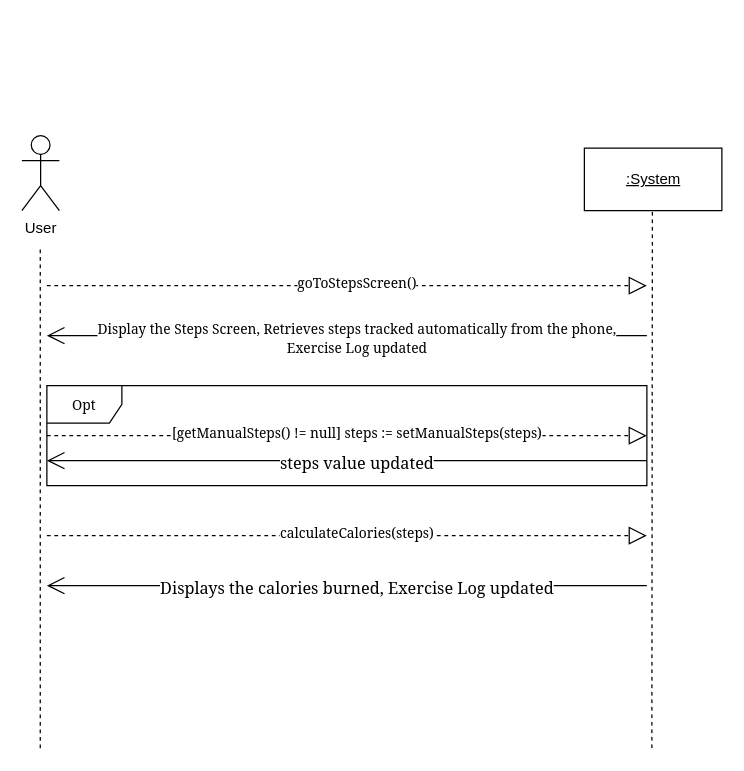
Before: SSD - Calculate Calories for Steps Taken.drawio in Esaied19/Team-Albatross, a draw.io diagram. Source tidied: cells renumbered, new cells numbered last; positions are measured from the earlier drawing's top-left corner, leaving out a move shared by most shapes. Both pictures are drawn from the tidied source at 125%, with x=0, y=0 at pixel (21, 135).
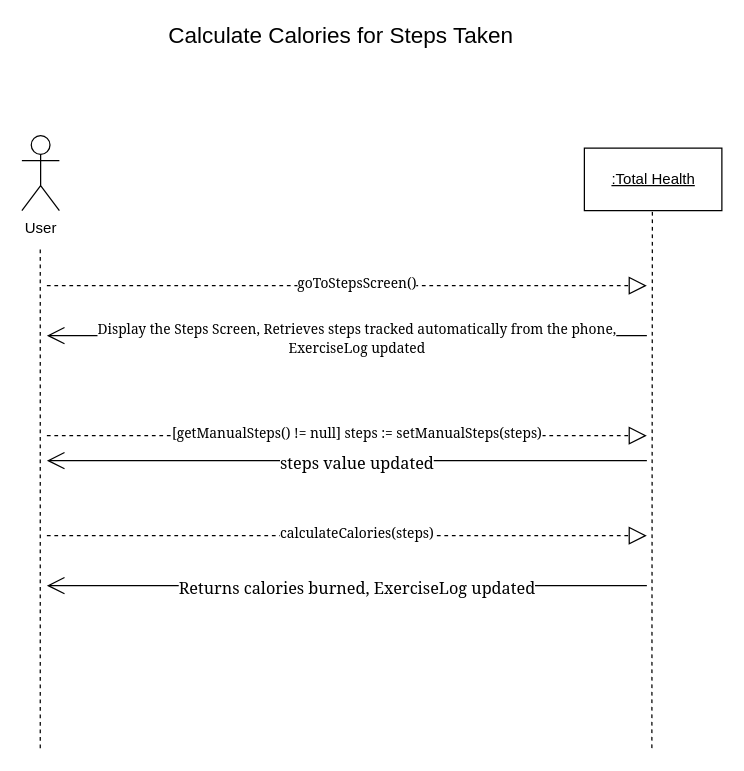
Above is the later version.

Unchanged cells that the change refers to:
```xml
<mxCell id="6" style="endArrow=open;endFill=1;endSize=12;html=1;rounded=0;" parent="1" edge="1">
  <mxGeometry relative="1" as="geometry">
    <mxPoint x="500" y="160" as="sourcePoint" />
    <mxPoint x="20" y="160" as="targetPoint" />
  </mxGeometry>
</mxCell>
<mxCell id="14" style="endArrow=open;endFill=1;endSize=12;html=1;rounded=0;" parent="1" edge="1">
  <mxGeometry relative="1" as="geometry">
    <mxPoint x="500" y="360" as="sourcePoint" />
    <mxPoint x="20" y="360" as="targetPoint" />
  </mxGeometry>
</mxCell>
```

Change to the diagram source:
```diff
@@
-    <mxCell id="3" value="&lt;u&gt;:System&lt;/u&gt;" style="html=1;" parent="1" vertex="1">
+    <mxCell id="3" value="&lt;u&gt;:Total Health&lt;br&gt;&lt;/u&gt;" style="html=1;" parent="1" vertex="1">
       <mxGeometry x="450" y="10" width="110" height="50" as="geometry" />
     </mxCell>
@@
-    <mxCell id="7" value="&lt;div&gt;&lt;font style=&quot;font-size: 11px&quot; face=&quot;Georgia&quot;&gt;&lt;span style=&quot;color: rgb(0 , 0 , 0) ; font-weight: normal ; text-decoration: none ; font-style: normal&quot;&gt;Display the Steps Screen, Retrieves steps tracked automatically from the phone,&lt;/span&gt;&lt;/font&gt;&lt;/div&gt;&lt;div&gt;&lt;font style=&quot;font-size: 11px&quot; face=&quot;Georgia&quot;&gt;&lt;span style=&quot;color: rgb(0 , 0 , 0) ; font-weight: normal ; text-decoration: none ; font-style: normal&quot;&gt;Exercise Log updated&lt;/span&gt;&lt;/font&gt;&lt;/div&gt;" style="edgeLabel;html=1;align=center;verticalAlign=middle;" parent="6" vertex="1">
+    <mxCell id="7" value="&lt;div&gt;&lt;font style=&quot;font-size: 11px&quot; face=&quot;Georgia&quot;&gt;&lt;span style=&quot;color: rgb(0 , 0 , 0) ; font-weight: normal ; text-decoration: none ; font-style: normal&quot;&gt;Display the Steps Screen, Retrieves steps tracked automatically from the phone,&lt;/span&gt;&lt;/font&gt;&lt;/div&gt;&lt;div&gt;&lt;font style=&quot;font-size: 11px&quot; face=&quot;Georgia&quot;&gt;&lt;span style=&quot;color: rgb(0 , 0 , 0) ; font-weight: normal ; text-decoration: none ; font-style: normal&quot;&gt;ExerciseLog updated&lt;/span&gt;&lt;/font&gt;&lt;/div&gt;" style="edgeLabel;html=1;align=center;verticalAlign=middle;" parent="6" vertex="1">
       <mxGeometry x="-0.03" y="1" relative="1" as="geometry" />
     </mxCell>
@@
-    <mxCell id="15" value="&lt;font face=&quot;Georgia&quot;&gt;&lt;span style=&quot;font-size: 13px ; color: rgb(0 , 0 , 0) ; font-weight: normal ; text-decoration: none ; font-style: normal&quot;&gt;Displays the calories burned, Exercise Log updated&lt;/span&gt;&lt;/font&gt;" style="edgeLabel;html=1;align=center;verticalAlign=middle;" parent="14" vertex="1">
+    <mxCell id="15" value="&lt;font face=&quot;Georgia&quot;&gt;&lt;span style=&quot;font-size: 13px ; color: rgb(0 , 0 , 0) ; font-weight: normal ; text-decoration: none ; font-style: normal&quot;&gt;Returns calories burned, ExerciseLog updated&lt;/span&gt;&lt;/font&gt;" style="edgeLabel;html=1;align=center;verticalAlign=middle;" parent="14" vertex="1">
       <mxGeometry x="-0.03" y="1" relative="1" as="geometry" />
     </mxCell>
@@
-    <mxCell id="18" value="Opt" style="shape=umlFrame;whiteSpace=wrap;html=1;fontFamily=Georgia;fontSize=11;" parent="1" vertex="1">
-      <mxGeometry x="20" y="200" width="480" height="80" as="geometry" />
-    </mxCell>
+    <mxCell id="19" value="&lt;font style=&quot;font-size: 18px&quot;&gt;Calculate Calories for Steps Taken&lt;br&gt;&lt;/font&gt;" style="text;html=1;align=center;verticalAlign=middle;strokeColor=none;fillColor=none;" parent="1" vertex="1">
+      <mxGeometry x="110" y="-90" width="290" height="20" as="geometry" />
+    </mxCell>
```
